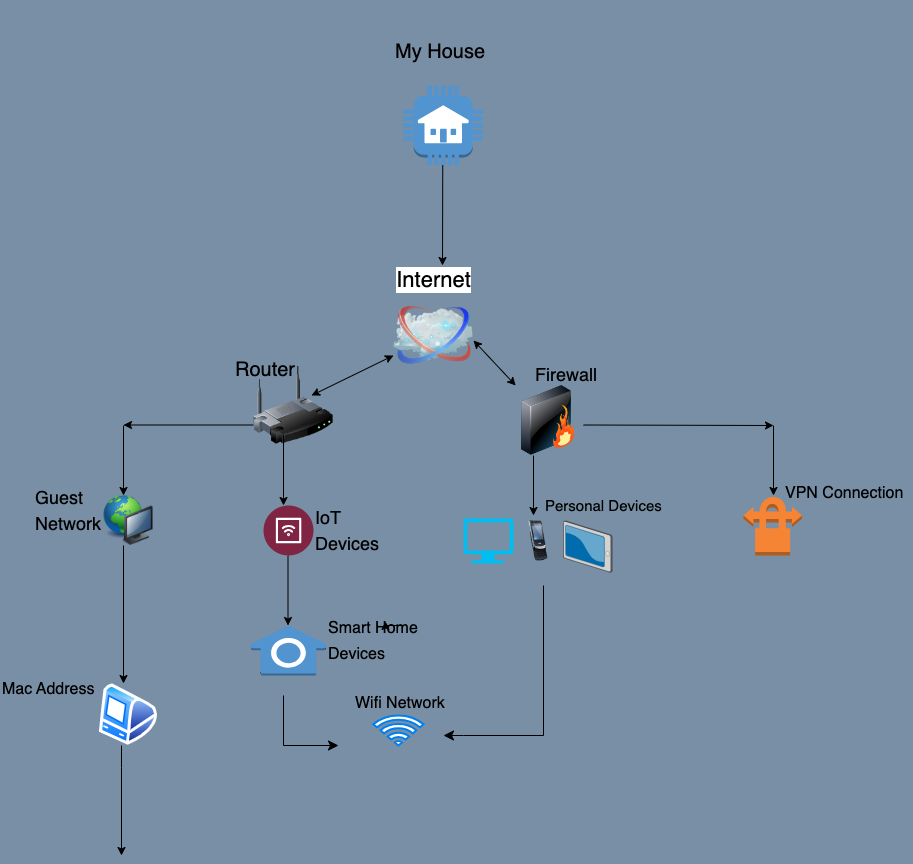
Earlier version of the draw.io export DiagramGraph/NACDiagram.drawio.png (ronaldos21/AccessControlDiagramHW). Source tidied: cells renumbered, new cells last; positions are measured from the earlier drawing's top-left corner, leaving out a move shared by most shapes.
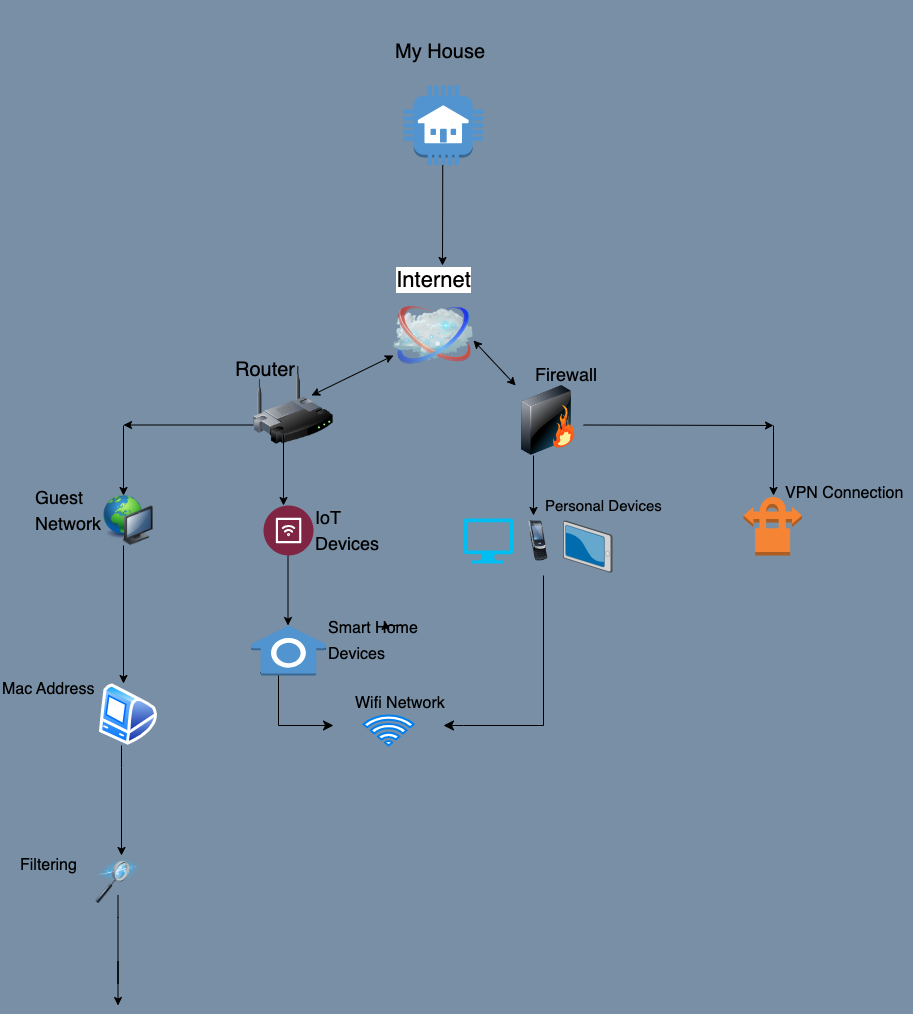
After the commit.

Change to the diagram source:
```diff
@@ -125,23 +125,23 @@
     </mxCell>
     <mxCell id="33" style="edgeStyle=segmentEdgeStyle;endArrow=classic;html=1;curved=0;rounded=0;endSize=8;startSize=8;" parent="1" edge="1">
       <mxGeometry relative="1" as="geometry">
-        <mxPoint x="283" y="670" as="sourcePoint" />
-        <mxPoint x="338" y="720" as="targetPoint" />
+        <mxPoint x="278" y="650" as="sourcePoint" />
+        <mxPoint x="333" y="700" as="targetPoint" />
         <Array as="points">
-          <mxPoint x="283" y="720" />
+          <mxPoint x="278" y="700" />
         </Array>
       </mxGeometry>
     </mxCell>
     <mxCell id="34" style="html=1;verticalLabelPosition=bottom;align=center;labelBackgroundColor=#ffffff;verticalAlign=top;strokeWidth=2;strokeColor=#0080F0;shadow=0;dashed=0;shape=mxgraph.ios7.icons.wifi;" parent="1" vertex="1">
-      <mxGeometry x="372.8" y="690" width="50.2" height="30" as="geometry" />
+      <mxGeometry x="363" y="690" width="50.2" height="30" as="geometry" />
     </mxCell>
     <mxCell id="35" style="edgeStyle=segmentEdgeStyle;endArrow=classic;html=1;curved=0;rounded=0;endSize=8;startSize=8;" parent="1" edge="1">
       <mxGeometry relative="1" as="geometry">
-        <mxPoint x="543" y="560" as="sourcePoint" />
-        <mxPoint x="443" y="710" as="targetPoint" />
+        <mxPoint x="543" y="550" as="sourcePoint" />
+        <mxPoint x="443" y="700" as="targetPoint" />
         <Array as="points">
-          <mxPoint x="543" y="710" />
-          <mxPoint x="463" y="710" />
+          <mxPoint x="543" y="700" />
+          <mxPoint x="463" y="700" />
         </Array>
       </mxGeometry>
     </mxCell>
@@ -174,5 +174,22 @@
         </Array>
       </mxGeometry>
     </mxCell>
+    <mxCell id="42" style="image;html=1;image=img/lib/clip_art/computers/Data_Filtering_128x128.png;" parent="1" vertex="1">
+      <mxGeometry x="93" y="834" width="50" height="44" as="geometry" />
+    </mxCell>
+    <mxCell id="43" value="&lt;h1 style=&quot;&quot;&gt;&lt;span style=&quot;font-size: 16px; font-weight: 400;&quot;&gt;Filtering&lt;/span&gt;&lt;/h1&gt;" style="text;html=1;strokeColor=none;fillColor=none;align=left;verticalAlign=middle;whiteSpace=wrap;rounded=0;fontFamily=Helvetica;fontSize=18;" parent="1" vertex="1">
+      <mxGeometry x="18" y="812" width="75" height="40" as="geometry" />
+    </mxCell>
+    <mxCell id="44" style="endArrow=classic;html=1;rounded=0;" parent="1" edge="1">
+      <mxGeometry relative="1" as="geometry">
+        <mxPoint x="117.5" y="870" as="sourcePoint" />
+        <mxPoint x="117.5" y="980" as="targetPoint" />
+        <Array as="points">
+          <mxPoint x="117.5" y="892" />
+          <mxPoint x="117.5" y="958" />
+          <mxPoint x="117.5" y="936" />
+        </Array>
+      </mxGeometry>
+    </mxCell>
   </root>
 </mxGraphModel>
```
